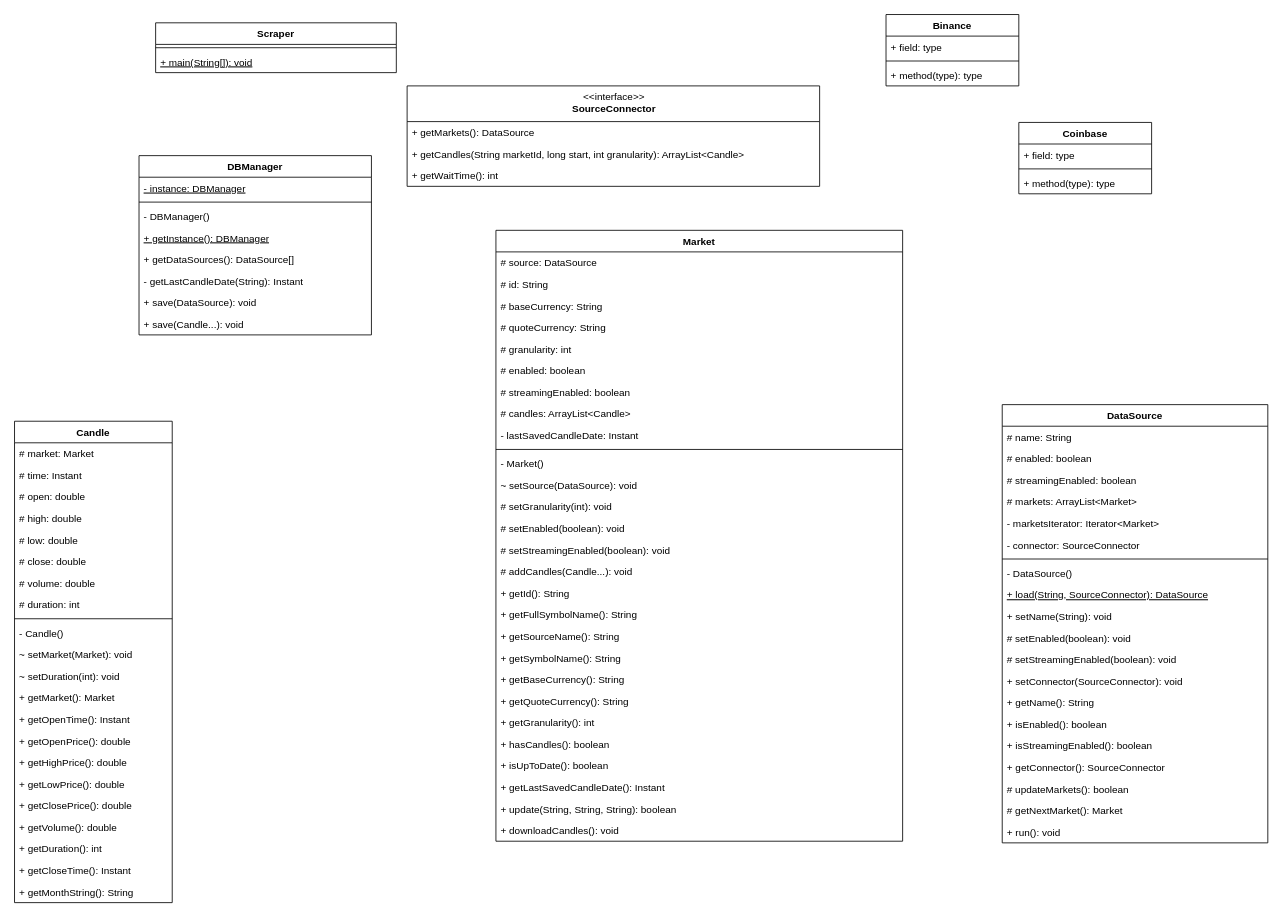
This is page "Scraper" (3 of 4) of drawio/project.drawio from nferrante1/lsmsd2, a draw.io file, before an edit. Source tidied: cells renumbered, new cells numbered last; positions are measured from the earlier drawing's top-left corner, leaving out a move shared by most shapes. Both pictures are drawn from the tidied source at 83%, with x=0, y=0 at pixel (14, 14).
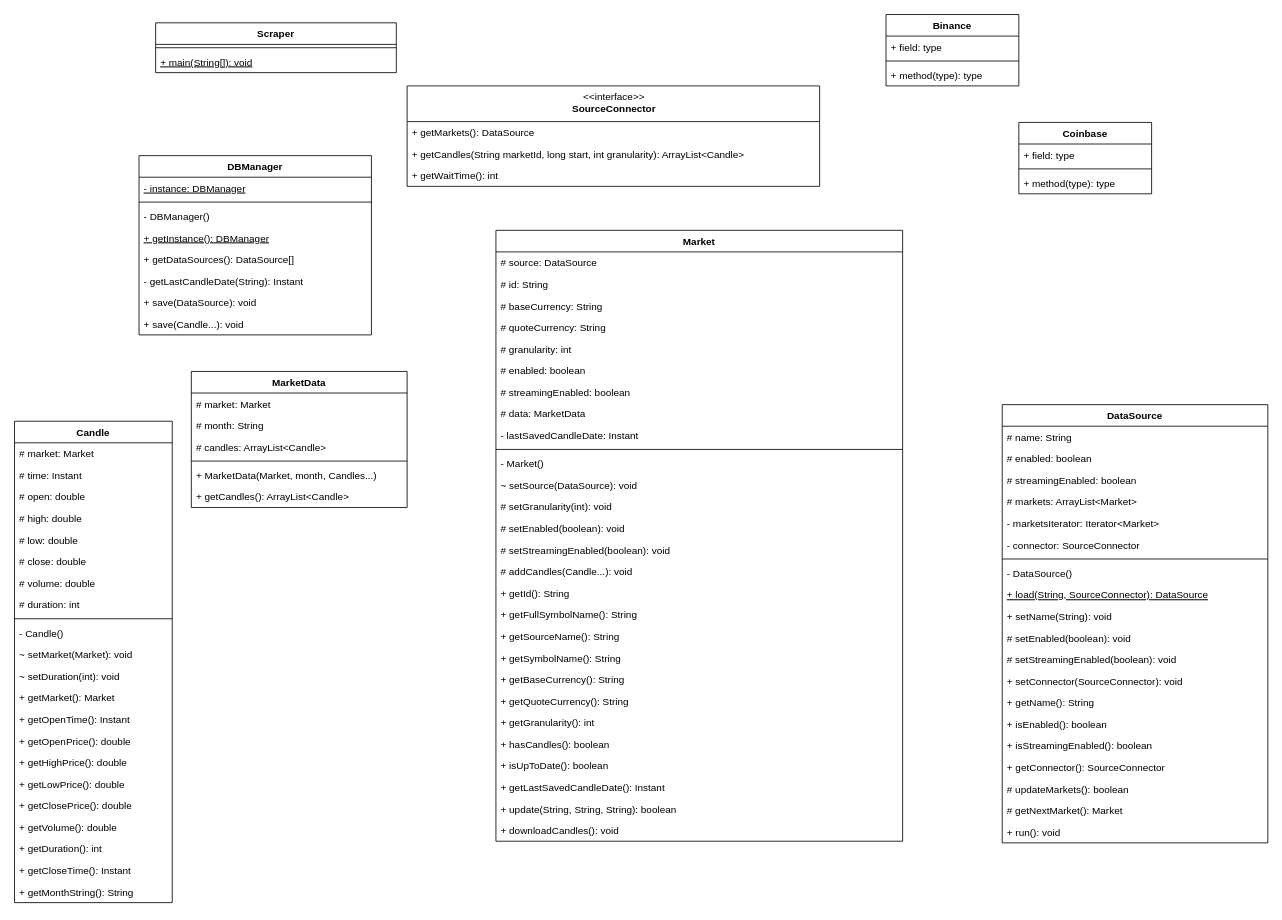
After the change.

Unchanged cells that the change refers to:
```xml
<mxCell id="40" value="Market" style="swimlane;fontStyle=1;align=center;verticalAlign=top;horizontal=1;startSize=26;" parent="1" vertex="1">
  <mxGeometry x="580" y="260" width="490" height="736" as="geometry" />
</mxCell>
```

Change to the diagram source:
```diff
@@
-    <mxCell id="48" value="# candles: ArrayList&lt;Candle&gt;" style="text;strokeColor=none;fillColor=none;align=left;verticalAlign=top;spacingLeft=4;spacingRight=4;overflow=hidden;" parent="40" vertex="1">
+    <mxCell id="48" value="# data: MarketData" style="text;strokeColor=none;fillColor=none;align=left;verticalAlign=top;spacingLeft=4;spacingRight=4;overflow=hidden;" parent="40" vertex="1">
       <mxGeometry y="208" width="490" height="26" as="geometry" />
     </mxCell>
@@
+    <mxCell id="99" value="MarketData" style="swimlane;fontStyle=1;align=center;verticalAlign=top;horizontal=1;startSize=26;" parent="1" vertex="1">
+      <mxGeometry x="213" y="430" width="260" height="164" as="geometry" />
+    </mxCell>
+    <mxCell id="100" value="# market: Market" style="text;strokeColor=none;fillColor=none;align=left;verticalAlign=top;spacingLeft=4;spacingRight=4;overflow=hidden;" parent="99" vertex="1">
+      <mxGeometry y="26" width="260" height="26" as="geometry" />
+    </mxCell>
+    <mxCell id="101" value="# month: String" style="text;strokeColor=none;fillColor=none;align=left;verticalAlign=top;spacingLeft=4;spacingRight=4;overflow=hidden;" parent="99" vertex="1">
+      <mxGeometry y="52" width="260" height="26" as="geometry" />
+    </mxCell>
+    <mxCell id="102" value="# candles: ArrayList&lt;Candle&gt;" style="text;strokeColor=none;fillColor=none;align=left;verticalAlign=top;spacingLeft=4;spacingRight=4;overflow=hidden;" parent="99" vertex="1">
+      <mxGeometry y="78" width="260" height="26" as="geometry" />
+    </mxCell>
+    <mxCell id="103" style="line;strokeWidth=1;fillColor=none;align=left;verticalAlign=middle;spacingTop=-1;spacingLeft=3;spacingRight=3;labelPosition=right;" parent="99" vertex="1">
+      <mxGeometry y="104" width="260" height="8" as="geometry" />
+    </mxCell>
+    <mxCell id="104" value="+ MarketData(Market, month, Candles...)" style="text;strokeColor=none;fillColor=none;align=left;verticalAlign=top;spacingLeft=4;spacingRight=4;overflow=hidden;" parent="99" vertex="1">
+      <mxGeometry y="112" width="260" height="26" as="geometry" />
+    </mxCell>
+    <mxCell id="105" value="+ getCandles(): ArrayList&lt;Candle&gt;" style="text;strokeColor=none;fillColor=none;align=left;verticalAlign=top;spacingLeft=4;spacingRight=4;overflow=hidden;" parent="99" vertex="1">
+      <mxGeometry y="138" width="260" height="26" as="geometry" />
+    </mxCell>
```
